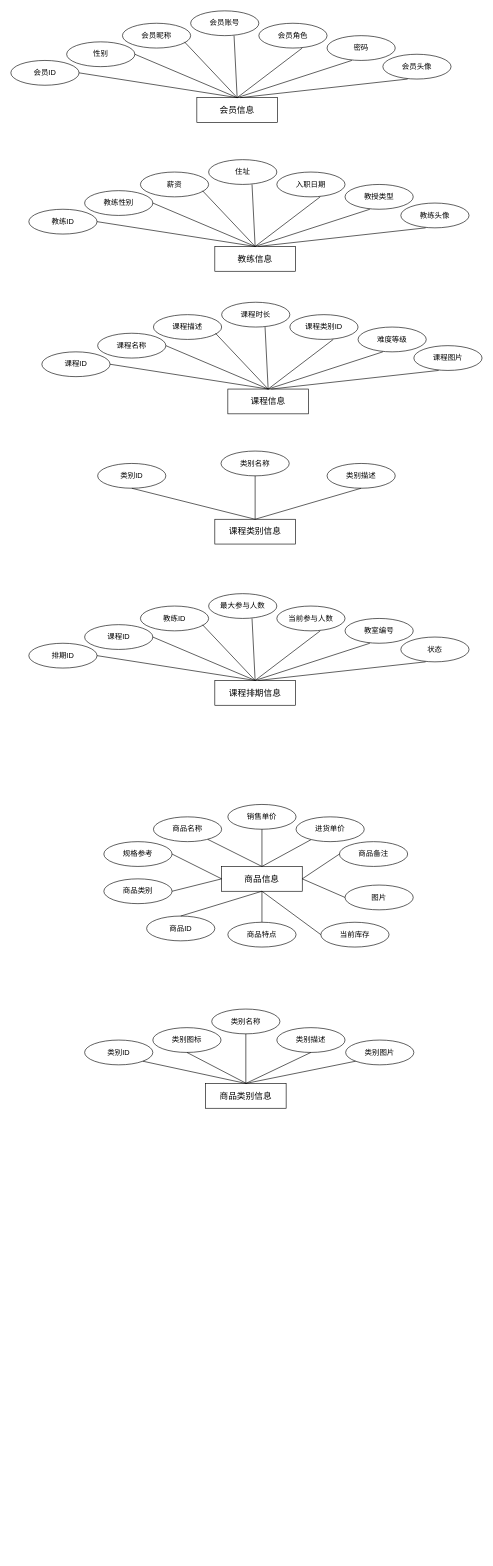
Before: page "第 1 页" (1 of 2) of 毕业论文.drawio in xljya/image, a draw.io diagram. Source tidied: cells renumbered, new cells numbered last; positions are measured from the earlier drawing's top-left corner, leaving out a move shared by most shapes. Both pictures are drawn from the tidied source at 62%, with x=0, y=0 at pixel (11, 11).
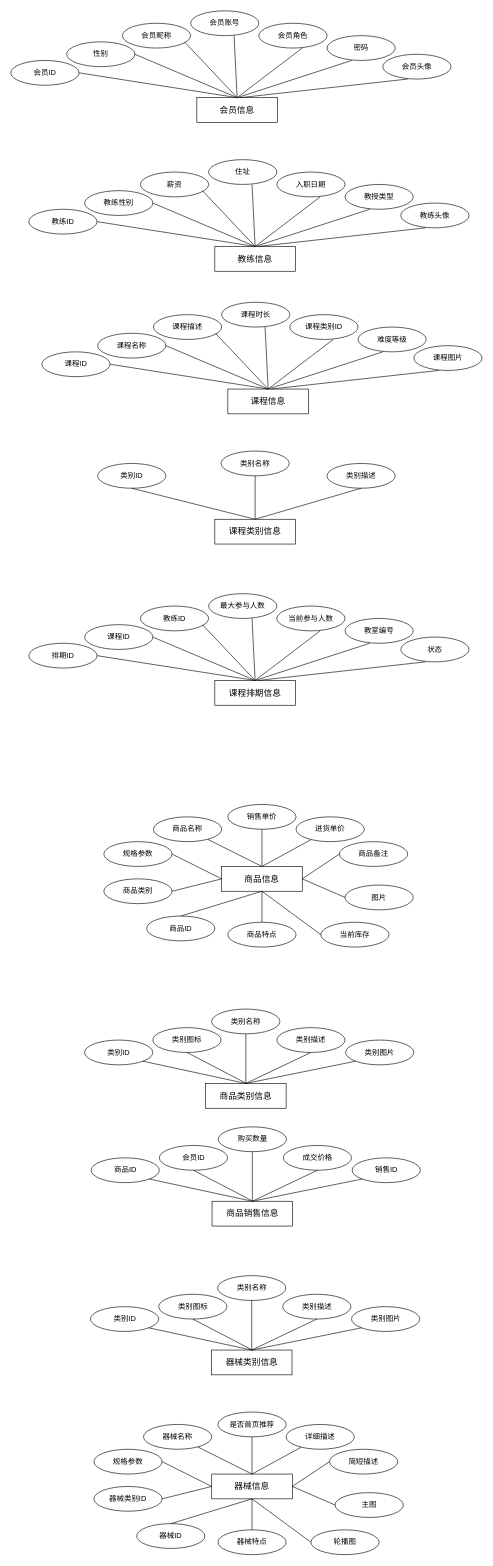
The same page after the edit.

Commit message:
更新毕业论文.drawio

The edit, as a diff of the source:
```diff
@@
-    <mxCell id="80" value="规格参考" style="ellipse;whiteSpace=wrap;html=1;" parent="1" vertex="1">
+    <mxCell id="80" value="规格参数" style="ellipse;whiteSpace=wrap;html=1;" parent="1" vertex="1">
       <mxGeometry x="150" y="1340" width="110" height="40" as="geometry" />
     </mxCell>
@@
+    <mxCell id="101" value="&lt;font style=&quot;font-size: 14px;&quot;&gt;商品销售信息&lt;/font&gt;" style="rounded=0;whiteSpace=wrap;html=1;" parent="1" vertex="1">
+      <mxGeometry x="324.5" y="1920" width="130" height="40" as="geometry" />
+    </mxCell>
+    <mxCell id="102" value="成交价格" style="ellipse;whiteSpace=wrap;html=1;" parent="1" vertex="1">
+      <mxGeometry x="439.5" y="1830" width="110" height="40" as="geometry" />
+    </mxCell>
+    <mxCell id="103" value="购买数量" style="ellipse;whiteSpace=wrap;html=1;" parent="1" vertex="1">
+      <mxGeometry x="334.5" y="1800" width="110" height="40" as="geometry" />
+    </mxCell>
+    <mxCell id="104" value="商品ID" style="ellipse;whiteSpace=wrap;html=1;" parent="1" vertex="1">
+      <mxGeometry x="129.5" y="1850" width="110" height="40" as="geometry" />
+    </mxCell>
+    <mxCell id="105" style="endArrow=none;html=1;rounded=0;exitX=0.5;exitY=0;exitDx=0;exitDy=0;entryX=1;entryY=1;entryDx=0;entryDy=0;" parent="1" edge="1" source="101" target="104">
+      <mxGeometry relative="1" as="geometry" />
+    </mxCell>
+    <mxCell id="106" style="endArrow=none;html=1;rounded=0;exitX=0.5;exitY=0;exitDx=0;exitDy=0;entryX=0.5;entryY=1;entryDx=0;entryDy=0;" parent="1" edge="1" source="101" target="102">
+      <mxGeometry relative="1" as="geometry" />
+    </mxCell>
+    <mxCell id="107" style="endArrow=none;html=1;rounded=0;exitX=0.5;exitY=0;exitDx=0;exitDy=0;entryX=0.5;entryY=1;entryDx=0;entryDy=0;" parent="1" edge="1" source="101" target="103">
+      <mxGeometry relative="1" as="geometry" />
+    </mxCell>
+    <mxCell id="108" value="会员ID" style="ellipse;whiteSpace=wrap;html=1;" parent="1" vertex="1">
+      <mxGeometry x="239.5" y="1830" width="110" height="40" as="geometry" />
+    </mxCell>
+    <mxCell id="109" value="销售ID" style="ellipse;whiteSpace=wrap;html=1;" parent="1" vertex="1">
+      <mxGeometry x="550.5" y="1850" width="110" height="40" as="geometry" />
+    </mxCell>
+    <mxCell id="110" style="endArrow=none;html=1;rounded=0;entryX=0.5;entryY=1;entryDx=0;entryDy=0;" parent="1" edge="1" target="108">
+      <mxGeometry relative="1" as="geometry">
+        <mxPoint x="390.5" y="1920" as="sourcePoint" />
+      </mxGeometry>
+    </mxCell>
+    <mxCell id="111" style="endArrow=none;html=1;rounded=0;exitX=0.5;exitY=0;exitDx=0;exitDy=0;entryX=0;entryY=1;entryDx=0;entryDy=0;" parent="1" edge="1" source="101" target="109">
+      <mxGeometry relative="1" as="geometry" />
+    </mxCell>
+    <mxCell id="112" value="&lt;font style=&quot;font-size: 14px;&quot;&gt;器械类别信息&lt;/font&gt;" style="rounded=0;whiteSpace=wrap;html=1;" parent="1" vertex="1">
+      <mxGeometry x="323.5" y="2160" width="130" height="40" as="geometry" />
+    </mxCell>
+    <mxCell id="113" value="类别描述" style="ellipse;whiteSpace=wrap;html=1;" parent="1" vertex="1">
+      <mxGeometry x="438.5" y="2070" width="110" height="40" as="geometry" />
+    </mxCell>
+    <mxCell id="114" value="类别名称" style="ellipse;whiteSpace=wrap;html=1;" parent="1" vertex="1">
+      <mxGeometry x="333.5" y="2040" width="110" height="40" as="geometry" />
+    </mxCell>
+    <mxCell id="115" value="类别ID" style="ellipse;whiteSpace=wrap;html=1;" parent="1" vertex="1">
+      <mxGeometry x="128.5" y="2090" width="110" height="40" as="geometry" />
+    </mxCell>
+    <mxCell id="116" style="endArrow=none;html=1;rounded=0;exitX=0.5;exitY=0;exitDx=0;exitDy=0;entryX=1;entryY=1;entryDx=0;entryDy=0;" parent="1" edge="1" source="112" target="115">
+      <mxGeometry relative="1" as="geometry" />
+    </mxCell>
+    <mxCell id="117" style="endArrow=none;html=1;rounded=0;exitX=0.5;exitY=0;exitDx=0;exitDy=0;entryX=0.5;entryY=1;entryDx=0;entryDy=0;" parent="1" edge="1" source="112" target="113">
+      <mxGeometry relative="1" as="geometry" />
+    </mxCell>
+    <mxCell id="118" style="endArrow=none;html=1;rounded=0;exitX=0.5;exitY=0;exitDx=0;exitDy=0;entryX=0.5;entryY=1;entryDx=0;entryDy=0;" parent="1" edge="1" source="112" target="114">
+      <mxGeometry relative="1" as="geometry" />
+    </mxCell>
+    <mxCell id="119" value="类别图标" style="ellipse;whiteSpace=wrap;html=1;" parent="1" vertex="1">
+      <mxGeometry x="238.5" y="2070" width="110" height="40" as="geometry" />
+    </mxCell>
+    <mxCell id="120" value="类别图片" style="ellipse;whiteSpace=wrap;html=1;" parent="1" vertex="1">
+      <mxGeometry x="549.5" y="2090" width="110" height="40" as="geometry" />
+    </mxCell>
+    <mxCell id="121" style="endArrow=none;html=1;rounded=0;entryX=0.5;entryY=1;entryDx=0;entryDy=0;" parent="1" edge="1" target="119">
+      <mxGeometry relative="1" as="geometry">
+        <mxPoint x="389.5" y="2160" as="sourcePoint" />
+      </mxGeometry>
+    </mxCell>
+    <mxCell id="122" style="endArrow=none;html=1;rounded=0;exitX=0.5;exitY=0;exitDx=0;exitDy=0;entryX=0;entryY=1;entryDx=0;entryDy=0;" parent="1" edge="1" source="112" target="120">
+      <mxGeometry relative="1" as="geometry" />
+    </mxCell>
+    <mxCell id="123" value="&lt;font style=&quot;font-size: 14px;&quot;&gt;器械信息&lt;/font&gt;" style="rounded=0;whiteSpace=wrap;html=1;" parent="1" vertex="1">
+      <mxGeometry x="324" y="2360" width="130" height="40" as="geometry" />
+    </mxCell>
+    <mxCell id="124" value="是否首页推荐" style="ellipse;whiteSpace=wrap;html=1;" parent="1" vertex="1">
+      <mxGeometry x="334" y="2260" width="110" height="40" as="geometry" />
+    </mxCell>
+    <mxCell id="125" value="主图" style="ellipse;whiteSpace=wrap;html=1;" parent="1" vertex="1">
+      <mxGeometry x="523" y="2390" width="110" height="40" as="geometry" />
+    </mxCell>
+    <mxCell id="126" value="轮播图" style="ellipse;whiteSpace=wrap;html=1;" parent="1" vertex="1">
+      <mxGeometry x="484" y="2450" width="110" height="40" as="geometry" />
+    </mxCell>
+    <mxCell id="127" value="简短描述" style="ellipse;whiteSpace=wrap;html=1;" parent="1" vertex="1">
+      <mxGeometry x="514" y="2320" width="110" height="40" as="geometry" />
+    </mxCell>
+    <mxCell id="128" value="器械ID" style="ellipse;whiteSpace=wrap;html=1;" parent="1" vertex="1">
+      <mxGeometry x="203" y="2440" width="110" height="40" as="geometry" />
+    </mxCell>
+    <mxCell id="129" style="endArrow=none;html=1;rounded=0;exitX=0;exitY=0.5;exitDx=0;exitDy=0;entryX=1;entryY=0.5;entryDx=0;entryDy=0;" parent="1" edge="1" source="123" target="134">
+      <mxGeometry relative="1" as="geometry" />
+    </mxCell>
+    <mxCell id="130" style="endArrow=none;html=1;rounded=0;exitX=0.5;exitY=0;exitDx=0;exitDy=0;entryX=0.5;entryY=1;entryDx=0;entryDy=0;" parent="1" edge="1" source="123" target="124">
+      <mxGeometry relative="1" as="geometry" />
+    </mxCell>
+    <mxCell id="131" style="endArrow=none;html=1;rounded=0;exitX=1;exitY=0.5;exitDx=0;exitDy=0;entryX=0;entryY=0.5;entryDx=0;entryDy=0;" parent="1" edge="1" source="123" target="127">
+      <mxGeometry relative="1" as="geometry" />
+    </mxCell>
+    <mxCell id="132" style="endArrow=none;html=1;rounded=0;exitX=0.5;exitY=1;exitDx=0;exitDy=0;entryX=0.5;entryY=0;entryDx=0;entryDy=0;" parent="1" edge="1" source="123" target="133">
+      <mxGeometry relative="1" as="geometry" />
+    </mxCell>
+    <mxCell id="133" value="器械特点" style="ellipse;whiteSpace=wrap;html=1;" parent="1" vertex="1">
+      <mxGeometry x="334" y="2450" width="110" height="40" as="geometry" />
+    </mxCell>
+    <mxCell id="134" value="规格参数" style="ellipse;whiteSpace=wrap;html=1;" parent="1" vertex="1">
+      <mxGeometry x="134" y="2320" width="110" height="40" as="geometry" />
+    </mxCell>
+    <mxCell id="135" value="器械类别ID" style="ellipse;whiteSpace=wrap;html=1;" parent="1" vertex="1">
+      <mxGeometry x="134" y="2380" width="110" height="40" as="geometry" />
+    </mxCell>
+    <mxCell id="136" style="endArrow=none;html=1;rounded=0;exitX=0.5;exitY=0;exitDx=0;exitDy=0;" parent="1" edge="1" source="123" target="137">
+      <mxGeometry relative="1" as="geometry" />
+    </mxCell>
+    <mxCell id="137" value="详细描述" style="ellipse;whiteSpace=wrap;html=1;" parent="1" vertex="1">
+      <mxGeometry x="444" y="2280" width="110" height="40" as="geometry" />
+    </mxCell>
+    <mxCell id="138" style="endArrow=none;html=1;rounded=0;exitX=0.5;exitY=0;exitDx=0;exitDy=0;" parent="1" edge="1" source="123" target="139">
+      <mxGeometry relative="1" as="geometry" />
+    </mxCell>
+    <mxCell id="139" value="器械名称" style="ellipse;whiteSpace=wrap;html=1;" parent="1" vertex="1">
+      <mxGeometry x="214" y="2280" width="110" height="40" as="geometry" />
+    </mxCell>
+    <mxCell id="140" style="endArrow=none;html=1;rounded=0;exitX=0;exitY=0.5;exitDx=0;exitDy=0;entryX=1;entryY=0.5;entryDx=0;entryDy=0;" parent="1" edge="1" source="123" target="135">
+      <mxGeometry relative="1" as="geometry" />
+    </mxCell>
+    <mxCell id="141" style="endArrow=none;html=1;rounded=0;exitX=1;exitY=0.5;exitDx=0;exitDy=0;entryX=0;entryY=0.5;entryDx=0;entryDy=0;" parent="1" edge="1" source="123" target="125">
+      <mxGeometry relative="1" as="geometry" />
+    </mxCell>
+    <mxCell id="142" style="endArrow=none;html=1;rounded=0;exitX=0.5;exitY=1;exitDx=0;exitDy=0;entryX=0;entryY=0.5;entryDx=0;entryDy=0;" parent="1" edge="1" source="123" target="126">
+      <mxGeometry relative="1" as="geometry" />
+    </mxCell>
+    <mxCell id="143" style="endArrow=none;html=1;rounded=0;exitX=0.5;exitY=1;exitDx=0;exitDy=0;entryX=0.5;entryY=0;entryDx=0;entryDy=0;" parent="1" edge="1" source="123" target="128">
+      <mxGeometry relative="1" as="geometry" />
+    </mxCell>
```
